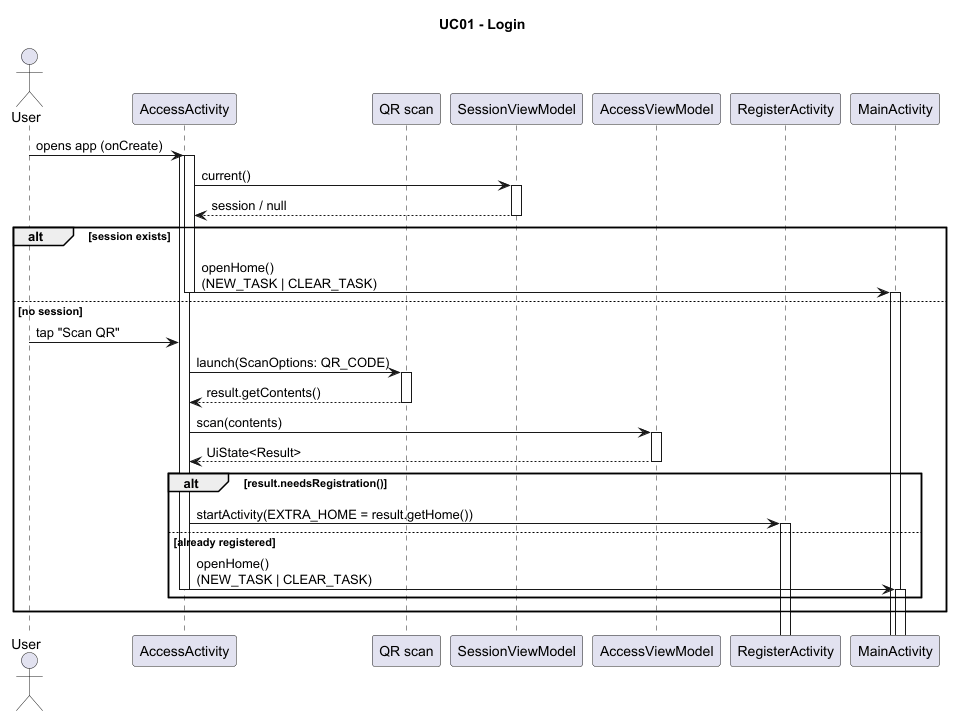
The PlantUML diagram app/doc/UseCases/UC01/png/SD - UC01.png in MiguelSantos568/DSSMV_ProjectDroid_1231121_1240568, before a commit. Its diagram source:
```plantuml
@startuml
title UC01 - Login

actor User
participant AccessActivity as Access
participant "QR scan" as Scanner
participant SessionViewModel as Session
participant AccessViewModel as AccessVM
participant RegisterActivity as Register
participant MainActivity as Main

User -> Access ++ : opens app (onCreate)
activate Access
    Access -> Session ++: current()
    Session --> Access : session / null
    deactivate Session

alt session exists
    Access -> Main ++ : openHome()\n(NEW_TASK | CLEAR_TASK)
    deactivate Access
else no session
    User -> Access : tap "Scan QR"
        Access -> Scanner ++ : launch(ScanOptions: QR_CODE)
        Scanner --> Access : result.getContents()
        deactivate Scanner

        Access -> AccessVM ++ : scan(contents)
        AccessVM --> Access : UiState<Result>
        deactivate AccessVM

        alt result.needsRegistration()
            Access -> Register ++ : startActivity(EXTRA_HOME = result.getHome())
        else already registered
            Access -> Main ++ : openHome()\n(NEW_TASK | CLEAR_TASK)
        deactivate Access
        end

end

@enduml
```
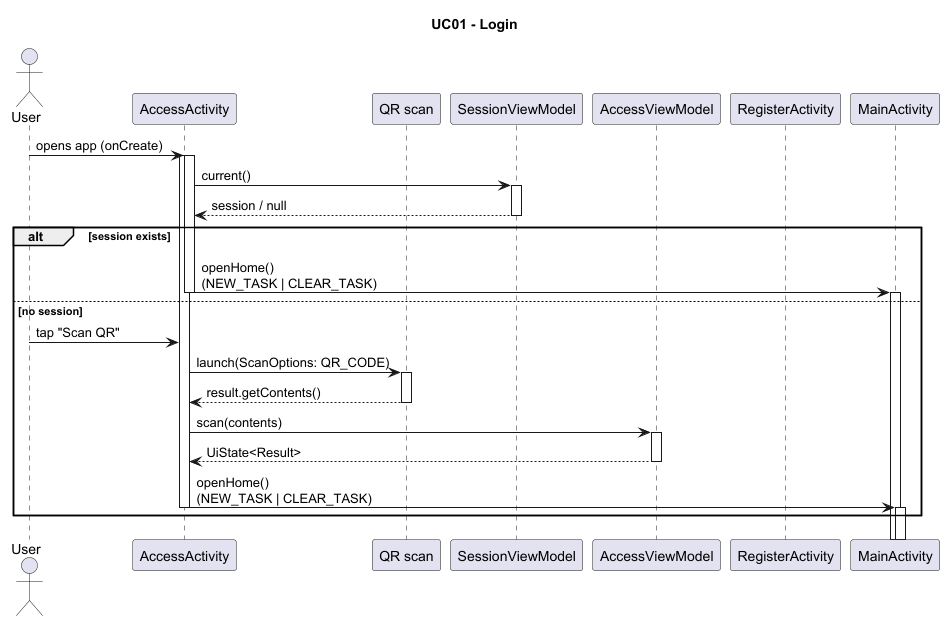
Above is the later version.

Diff of the diagram source:
```diff
@@ -28,12 +28,9 @@
         AccessVM --> Access : UiState<Result>
         deactivate AccessVM
 
-        alt result.needsRegistration()
-            Access -> Register ++ : startActivity(EXTRA_HOME = result.getHome())
-        else already registered
-            Access -> Main ++ : openHome()\n(NEW_TASK | CLEAR_TASK)
+        Access -> Main ++ : openHome()\n(NEW_TASK | CLEAR_TASK)
         deactivate Access
-        end
+
 
 end
 
```
